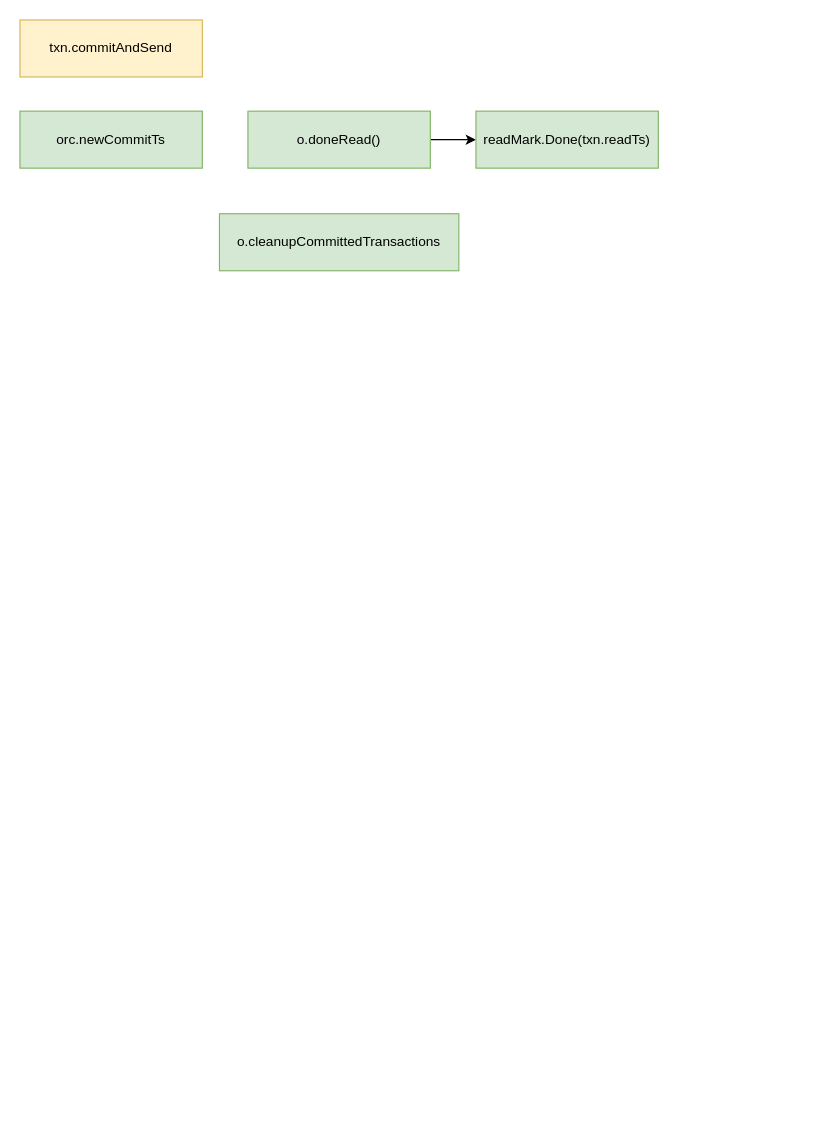
The draw.io diagram images/badger.drawio in flaneur2020/flaneur2020.github.io, before the edit. Source tidied: cells renumbered, new cells numbered last; positions are measured from the earlier drawing's top-left corner, leaving out a move shared by most shapes. Both pictures are drawn from the tidied source at 114%, with x=0, y=0 at pixel (19, 19).
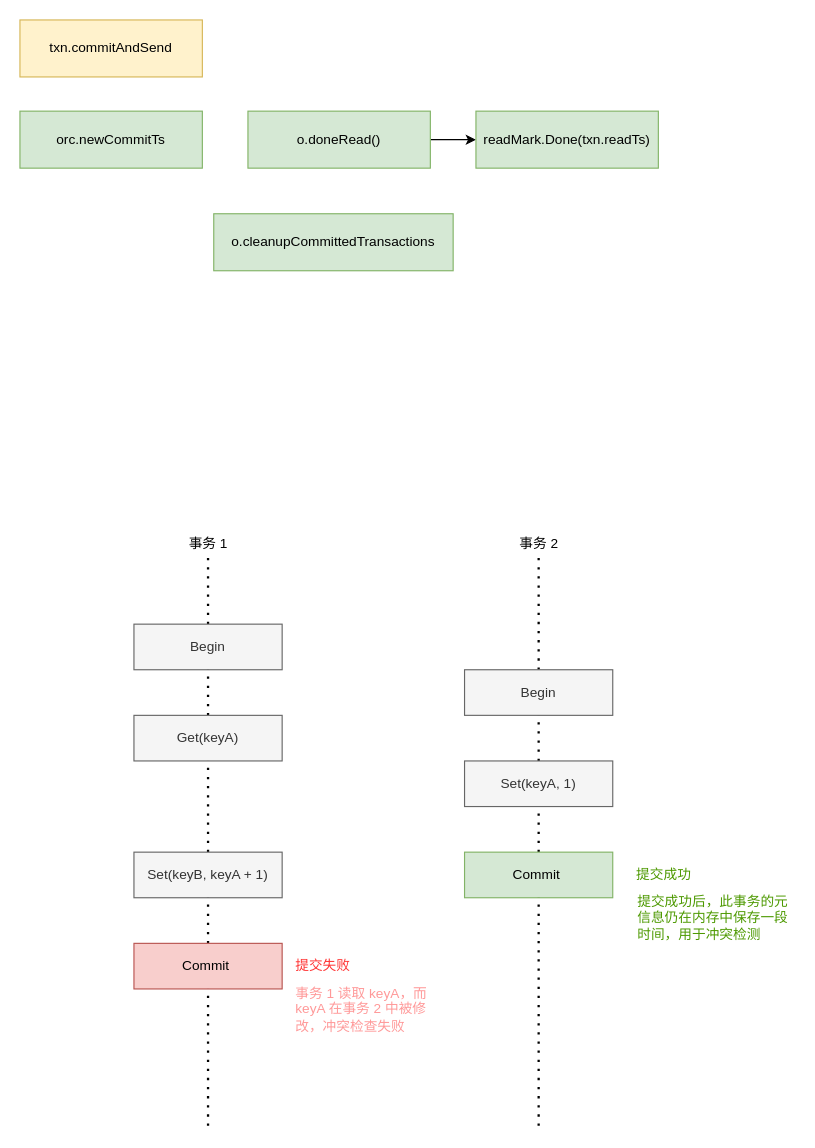
The same page after the edit.

The edit, as a diff of the source:
```diff
@@
     <mxCell id="7" value="o.cleanupCommittedTransactions" style="rounded=0;whiteSpace=wrap;html=1;fillColor=#d5e8d4;strokeColor=#82b366;" parent="1" vertex="1">
-      <mxGeometry x="175" y="170" width="210" height="50" as="geometry" />
+      <mxGeometry x="170" y="170" width="210" height="50" as="geometry" />
     </mxCell>
+    <mxCell id="8" style="endArrow=none;dashed=1;html=1;dashPattern=1 3;strokeWidth=2;entryX=0.5;entryY=1;entryDx=0;entryDy=0;" parent="1" edge="1" target="11">
+      <mxGeometry relative="1" as="geometry">
+        <mxPoint x="165" y="970" as="sourcePoint" />
+      </mxGeometry>
+    </mxCell>
+    <mxCell id="9" value="Get(keyA)" style="rounded=0;whiteSpace=wrap;html=1;fillColor=#f5f5f5;strokeColor=#666666;fontColor=#333333;" parent="1" vertex="1">
+      <mxGeometry x="100" y="610" width="130" height="40" as="geometry" />
+    </mxCell>
+    <mxCell id="10" value="Set(keyB, keyA + 1)" style="rounded=0;whiteSpace=wrap;html=1;fillColor=#f5f5f5;strokeColor=#666666;fontColor=#333333;" parent="1" vertex="1">
+      <mxGeometry x="100" y="730" width="130" height="40" as="geometry" />
+    </mxCell>
+    <mxCell id="11" value="事务 1" style="text;html=1;strokeColor=none;fillColor=none;align=center;verticalAlign=middle;whiteSpace=wrap;rounded=0;" parent="1" vertex="1">
+      <mxGeometry x="137.5" y="450" width="55" height="20" as="geometry" />
+    </mxCell>
+    <mxCell id="12" value="Commit&amp;nbsp;" style="rounded=0;whiteSpace=wrap;html=1;fillColor=#f8cecc;strokeColor=#b85450;" parent="1" vertex="1">
+      <mxGeometry x="100" y="810" width="130" height="40" as="geometry" />
+    </mxCell>
+    <mxCell id="13" style="endArrow=none;dashed=1;html=1;dashPattern=1 3;strokeWidth=2;entryX=0.5;entryY=1;entryDx=0;entryDy=0;" parent="1" edge="1" target="15">
+      <mxGeometry relative="1" as="geometry">
+        <mxPoint x="455" y="970" as="sourcePoint" />
+      </mxGeometry>
+    </mxCell>
+    <mxCell id="14" value="Set(keyA, 1)" style="rounded=0;whiteSpace=wrap;html=1;fillColor=#f5f5f5;strokeColor=#666666;fontColor=#333333;" parent="1" vertex="1">
+      <mxGeometry x="390" y="650" width="130" height="40" as="geometry" />
+    </mxCell>
+    <mxCell id="15" value="事务 2" style="text;html=1;strokeColor=none;fillColor=none;align=center;verticalAlign=middle;whiteSpace=wrap;rounded=0;" parent="1" vertex="1">
+      <mxGeometry x="427.5" y="450" width="55" height="20" as="geometry" />
+    </mxCell>
+    <mxCell id="16" value="Commit&amp;nbsp;" style="rounded=0;whiteSpace=wrap;html=1;fillColor=#d5e8d4;strokeColor=#82b366;" parent="1" vertex="1">
+      <mxGeometry x="390" y="730" width="130" height="40" as="geometry" />
+    </mxCell>
+    <mxCell id="17" value="Begin" style="rounded=0;whiteSpace=wrap;html=1;fillColor=#f5f5f5;strokeColor=#666666;fontColor=#333333;" parent="1" vertex="1">
+      <mxGeometry x="100" y="530" width="130" height="40" as="geometry" />
+    </mxCell>
+    <mxCell id="18" value="Begin" style="rounded=0;whiteSpace=wrap;html=1;fillColor=#f5f5f5;strokeColor=#666666;fontColor=#333333;" parent="1" vertex="1">
+      <mxGeometry x="390" y="570" width="130" height="40" as="geometry" />
+    </mxCell>
+    <mxCell id="19" value="提交失败" style="text;html=1;strokeColor=none;fillColor=none;align=left;verticalAlign=middle;whiteSpace=wrap;rounded=0;fontColor=#FF3333;" parent="1" vertex="1">
+      <mxGeometry x="240" y="820" width="60" height="20" as="geometry" />
+    </mxCell>
+    <mxCell id="20" value="事务 1 读取 keyA，而 keyA 在事务 2 中被修改，冲突检查失败" style="text;html=1;strokeColor=none;fillColor=none;align=left;verticalAlign=top;whiteSpace=wrap;rounded=0;fontColor=#FF9999;" parent="1" vertex="1">
+      <mxGeometry x="240" y="840" width="130" height="60" as="geometry" />
+    </mxCell>
+    <mxCell id="21" value="提交成功" style="text;html=1;strokeColor=none;fillColor=none;align=center;verticalAlign=middle;whiteSpace=wrap;rounded=0;fontColor=#4D9900;" parent="1" vertex="1">
+      <mxGeometry x="530" y="740" width="70" height="20" as="geometry" />
+    </mxCell>
+    <mxCell id="22" value="提交成功后，此事务的元信息仍在内存中保存一段时间，用于冲突检测" style="text;html=1;strokeColor=none;fillColor=none;align=left;verticalAlign=top;whiteSpace=wrap;rounded=0;fontColor=#4D9900;" parent="1" vertex="1">
+      <mxGeometry x="540" y="760" width="140" height="60" as="geometry" />
+    </mxCell>
```
